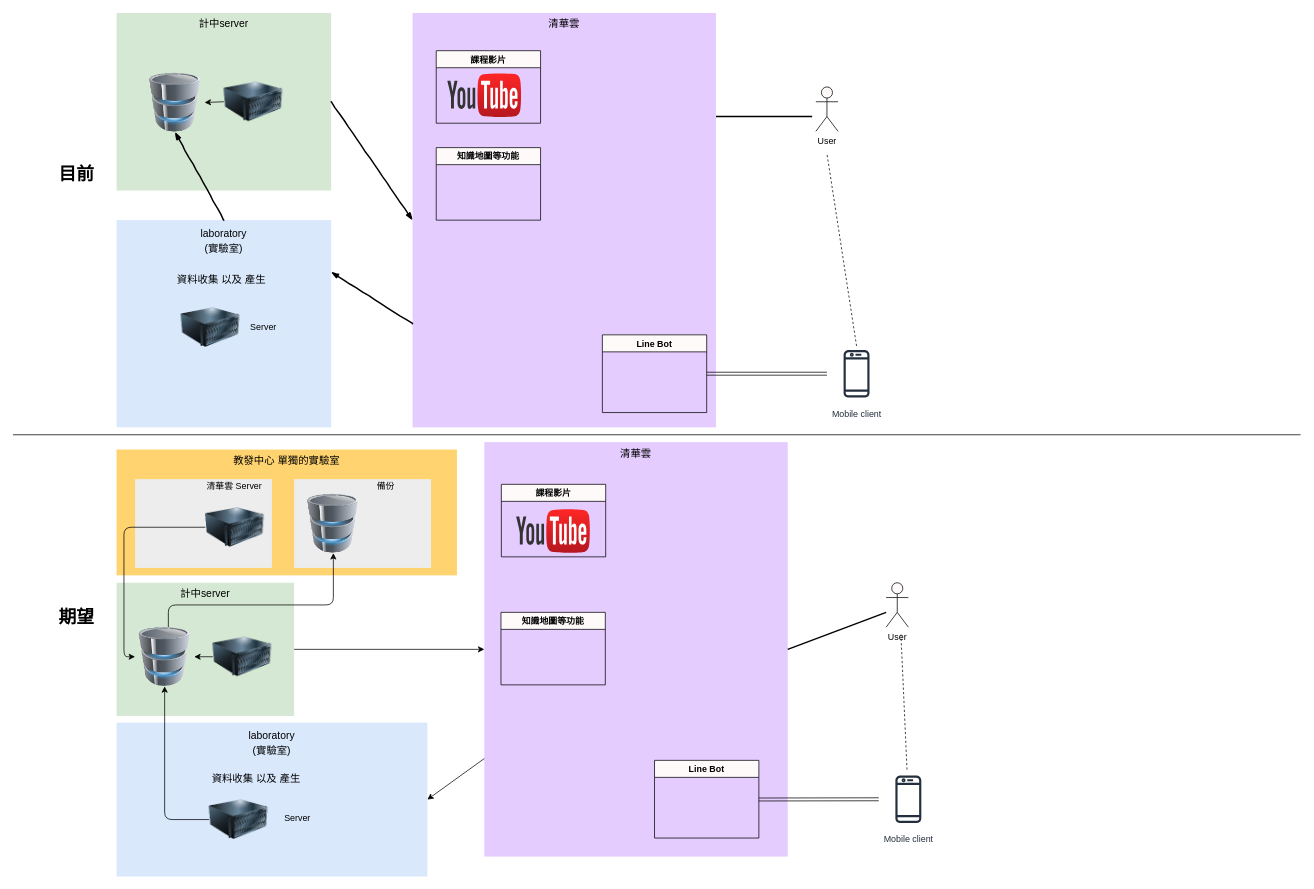
Earlier version of the draw.io diagram NTHU.drawio (bloodangle/fisrt). Source tidied: cells renumbered, new cells numbered last; positions are measured from the earlier drawing's top-left corner, leaving out a move shared by most shapes. Both pictures are drawn from the tidied source at 74%, with x=0, y=0 at pixel (13, 13).
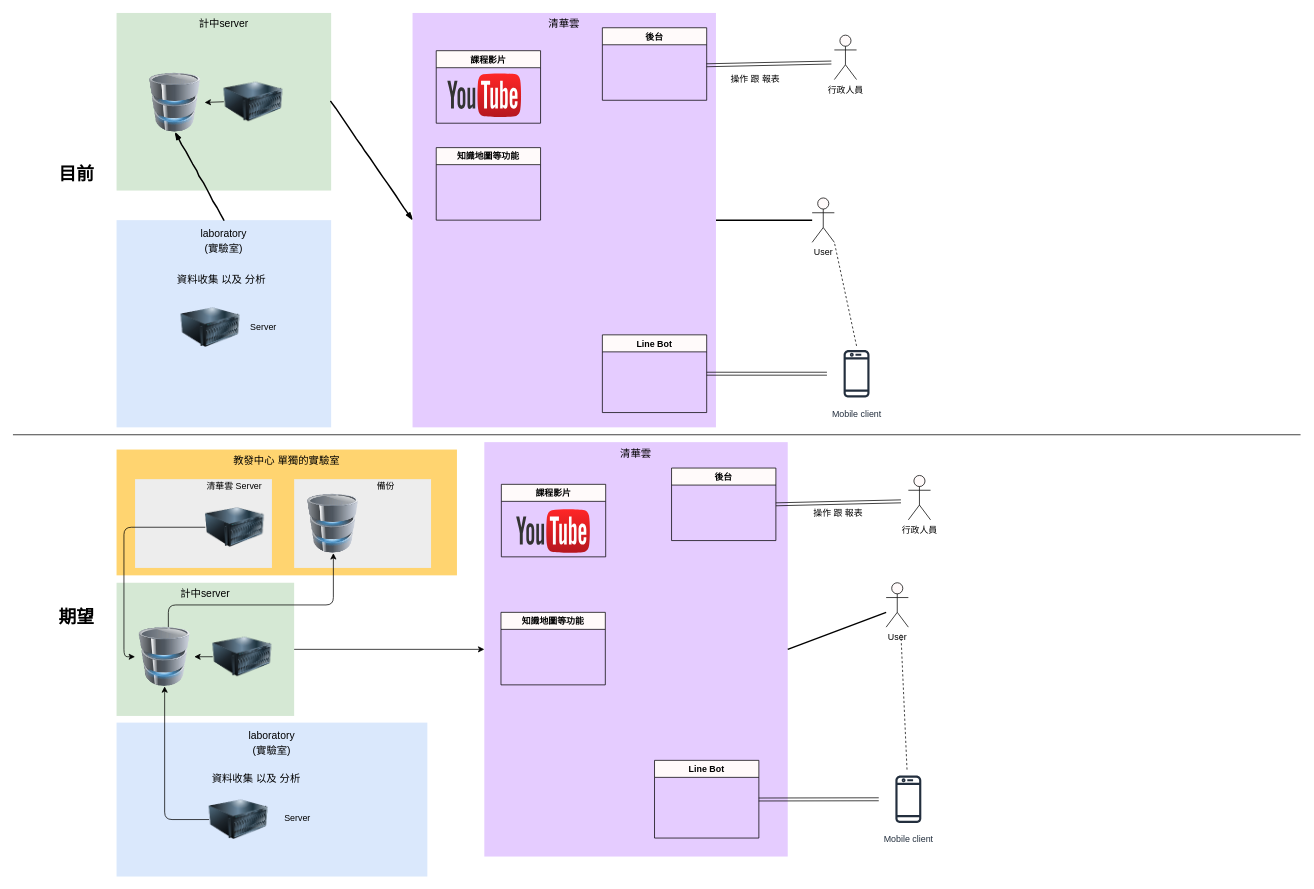
After the change.

The change refers to these unchanged cells:
```xml
<mxCell id="6" value="清華雲" style="whiteSpace=wrap;html=1;fillColor=#E5CCFF;fontSize=14;strokeColor=none;verticalAlign=top;" parent="1" vertex="1">
  <mxGeometry x="540" width="410" height="560" as="geometry" />
</mxCell>
<mxCell id="9" value="&lt;table&gt;&lt;tbody&gt;&lt;tr&gt;&lt;td&gt;&lt;div&gt;&lt;span&gt;&lt;span&gt;laboratory&lt;/span&gt;&lt;/span&gt;&lt;/div&gt;&lt;/td&gt;&lt;/tr&gt;&lt;/tbody&gt;&lt;/table&gt;(實驗室)" style="whiteSpace=wrap;html=1;fillColor=#dae8fc;fontSize=14;strokeColor=none;verticalAlign=top;" parent="1" vertex="1">
  <mxGeometry x="140" y="280" width="290" height="280" as="geometry" />
</mxCell>
<mxCell id="10" value="Mobile client" style="outlineConnect=0;fontColor=#232F3E;gradientColor=none;strokeColor=#232F3E;fillColor=#ffffff;dashed=0;verticalLabelPosition=bottom;verticalAlign=top;align=center;html=1;fontSize=12;fontStyle=0;shape=mxgraph.aws4.resourceIcon;resIcon=mxgraph.aws4.mobile_client;" parent="1" vertex="1">
  <mxGeometry x="1100" y="447.5" width="80" height="80" as="geometry" />
</mxCell>
<mxCell id="39" value="清華雲" style="whiteSpace=wrap;html=1;fillColor=#E5CCFF;fontSize=14;strokeColor=none;verticalAlign=top;" parent="1" vertex="1">
  <mxGeometry x="637" y="580" width="410" height="560" as="geometry" />
</mxCell>
<mxCell id="49" value="&lt;table&gt;&lt;tbody&gt;&lt;tr&gt;&lt;td&gt;&lt;div&gt;&lt;span&gt;&lt;span&gt;laboratory&lt;/span&gt;&lt;/span&gt;&lt;/div&gt;&lt;/td&gt;&lt;/tr&gt;&lt;/tbody&gt;&lt;/table&gt;(實驗室)" style="whiteSpace=wrap;html=1;fillColor=#dae8fc;fontSize=14;strokeColor=none;verticalAlign=top;" parent="1" vertex="1">
  <mxGeometry x="140" y="959" width="420" height="208" as="geometry" />
</mxCell>
```

Diff of the diagram source:
```diff
@@
-    <mxCell id="5" style="edgeStyle=none;rounded=0;html=1;startSize=10;endSize=10;jettySize=auto;fontSize=14;endArrow=none;endFill=0;strokeWidth=2;entryX=1;entryY=0.25;entryDx=0;entryDy=0;" parent="1" edge="1" target="6">
+    <mxCell id="5" style="edgeStyle=none;rounded=0;html=1;startSize=10;endSize=10;jettySize=auto;fontSize=14;endArrow=none;endFill=0;strokeWidth=2;entryX=1;entryY=0.5;entryDx=0;entryDy=0;" parent="1" edge="1" target="6">
       <mxGeometry relative="1" as="geometry">
-        <mxPoint x="1080" y="140" as="sourcePoint" />
+        <mxPoint x="1080" y="280" as="sourcePoint" />
       </mxGeometry>
     </mxCell>
@@
-    <mxCell id="14" value="&lt;font style=&quot;font-size: 14px&quot;&gt;資料收集 以及 產生&lt;/font&gt;" style="text;html=1;" parent="1" vertex="1">
+    <mxCell id="14" value="&lt;font style=&quot;font-size: 14px&quot;&gt;資料收集 以及 分析&lt;/font&gt;" style="text;html=1;" parent="1" vertex="1">
       <mxGeometry x="220" y="345" width="130" height="30" as="geometry" />
     </mxCell>
@@
-    <mxCell id="16" style="rounded=0;comic=1;strokeWidth=2;endArrow=blockThin;html=1;fontFamily=Comic Sans MS;fontStyle=1;exitX=0;exitY=0.75;exitDx=0;exitDy=0;entryX=1;entryY=0.25;entryDx=0;entryDy=0;" parent="1" edge="1" source="6" target="9">
-      <mxGeometry relative="1" as="geometry" />
-    </mxCell>
@@
     <mxCell id="20" value="User" style="shape=umlActor;verticalLabelPosition=bottom;labelBackgroundColor=#ffffff;verticalAlign=top;html=1;outlineConnect=0;fillColor=#FFFAFA;" parent="1" vertex="1">
-      <mxGeometry x="1085" y="100" width="30" height="60" as="geometry" />
+      <mxGeometry x="1080" y="250" width="30" height="60" as="geometry" />
     </mxCell>
-    <mxCell id="21" style="endArrow=none;dashed=1;html=1;exitX=0.5;exitY=0.031;exitDx=0;exitDy=0;exitPerimeter=0;" parent="1" edge="1" source="10">
-      <mxGeometry relative="1" as="geometry">
-        <mxPoint x="1100" y="190" as="targetPoint" />
-      </mxGeometry>
+    <mxCell id="21" style="endArrow=none;dashed=1;html=1;exitX=0.5;exitY=0.031;exitDx=0;exitDy=0;exitPerimeter=0;entryX=1;entryY=1;entryDx=0;entryDy=0;entryPerimeter=0;" parent="1" edge="1" source="10" target="20">
+      <mxGeometry relative="1" as="geometry" />
     </mxCell>
@@
-    <mxCell id="51" value="&lt;font style=&quot;font-size: 14px&quot;&gt;資料收集 以及 產生&lt;/font&gt;" style="text;html=1;" parent="1" vertex="1">
+    <mxCell id="51" value="&lt;font style=&quot;font-size: 14px&quot;&gt;資料收集 以及 分析&lt;/font&gt;" style="text;html=1;" parent="1" vertex="1">
       <mxGeometry x="267" y="1020" width="130" height="30" as="geometry" />
     </mxCell>
@@
-    <mxCell id="54" style="endArrow=classic;html=1;entryX=1;entryY=0.5;entryDx=0;entryDy=0;" parent="1" edge="1" source="39" target="49">
-      <mxGeometry relative="1" as="geometry" />
-    </mxCell>
@@
+    <mxCell id="56" value="行政人員" style="shape=umlActor;verticalLabelPosition=bottom;labelBackgroundColor=#ffffff;verticalAlign=top;html=1;fillColor=#FFFAFA;" parent="1" vertex="1">
+      <mxGeometry x="1210" y="625" width="30" height="60" as="geometry" />
+    </mxCell>
+    <mxCell id="57" value="後台" style="swimlane;fillColor=#FFFAFA;" parent="1" vertex="1">
+      <mxGeometry x="890" y="615" width="141" height="98" as="geometry" />
+    </mxCell>
+    <mxCell id="58" style="shape=link;html=1;entryX=1;entryY=0.5;entryDx=0;entryDy=0;" parent="1" edge="1" target="57">
+      <mxGeometry relative="1" as="geometry">
+        <mxPoint x="1200" y="660" as="sourcePoint" />
+      </mxGeometry>
+    </mxCell>
+    <mxCell id="59" value="操作 跟 報表" style="text;html=1;align=left;verticalAlign=top;spacingTop=-4;" parent="1" vertex="1">
+      <mxGeometry x="1080" y="666" width="80" height="20" as="geometry" />
+    </mxCell>
+    <mxCell id="60" value="後台" style="swimlane;fillColor=#FFFAFA;" parent="1" vertex="1">
+      <mxGeometry x="796.5" y="20" width="141" height="98" as="geometry" />
+    </mxCell>
+    <mxCell id="61" style="shape=link;html=1;entryX=1;entryY=0.5;entryDx=0;entryDy=0;" parent="1" edge="1">
+      <mxGeometry relative="1" as="geometry">
+        <mxPoint x="1106" y="67" as="sourcePoint" />
+        <mxPoint x="937.3" y="70.7" as="targetPoint" />
+      </mxGeometry>
+    </mxCell>
+    <mxCell id="62" value="行政人員" style="shape=umlActor;verticalLabelPosition=bottom;labelBackgroundColor=#ffffff;verticalAlign=top;html=1;fillColor=#FFFAFA;" parent="1" vertex="1">
+      <mxGeometry x="1110" y="30" width="30" height="60" as="geometry" />
+    </mxCell>
+    <mxCell id="63" value="操作 跟 報表" style="text;html=1;align=left;verticalAlign=top;spacingTop=-4;" parent="1" vertex="1">
+      <mxGeometry x="968" y="80" width="80" height="20" as="geometry" />
+    </mxCell>
```
